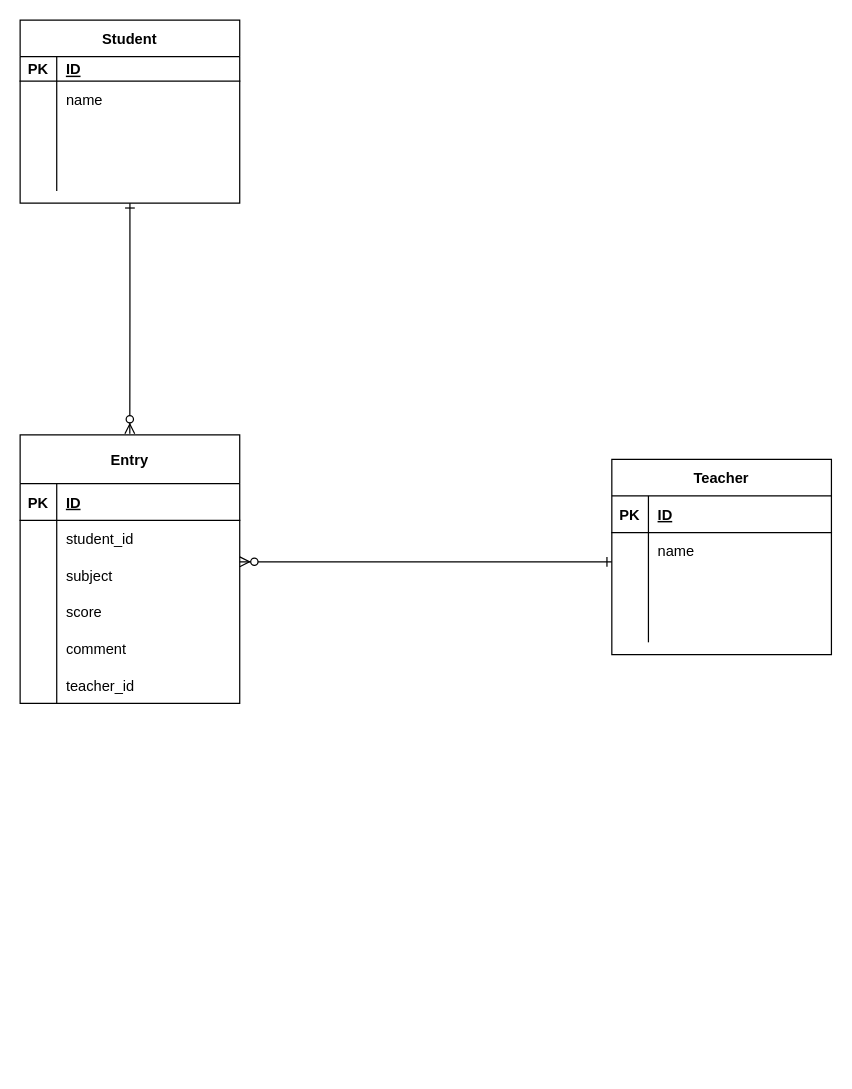
Earlier version of the draw.io diagram 20211010ueyama.drawio (koki800/coachtech10). Source tidied: cells renumbered, new cells numbered last; positions are measured from the earlier drawing's top-left corner, leaving out a move shared by most shapes. Both pictures are drawn from the tidied source at 122%, with x=0, y=0 at pixel (20, 20).
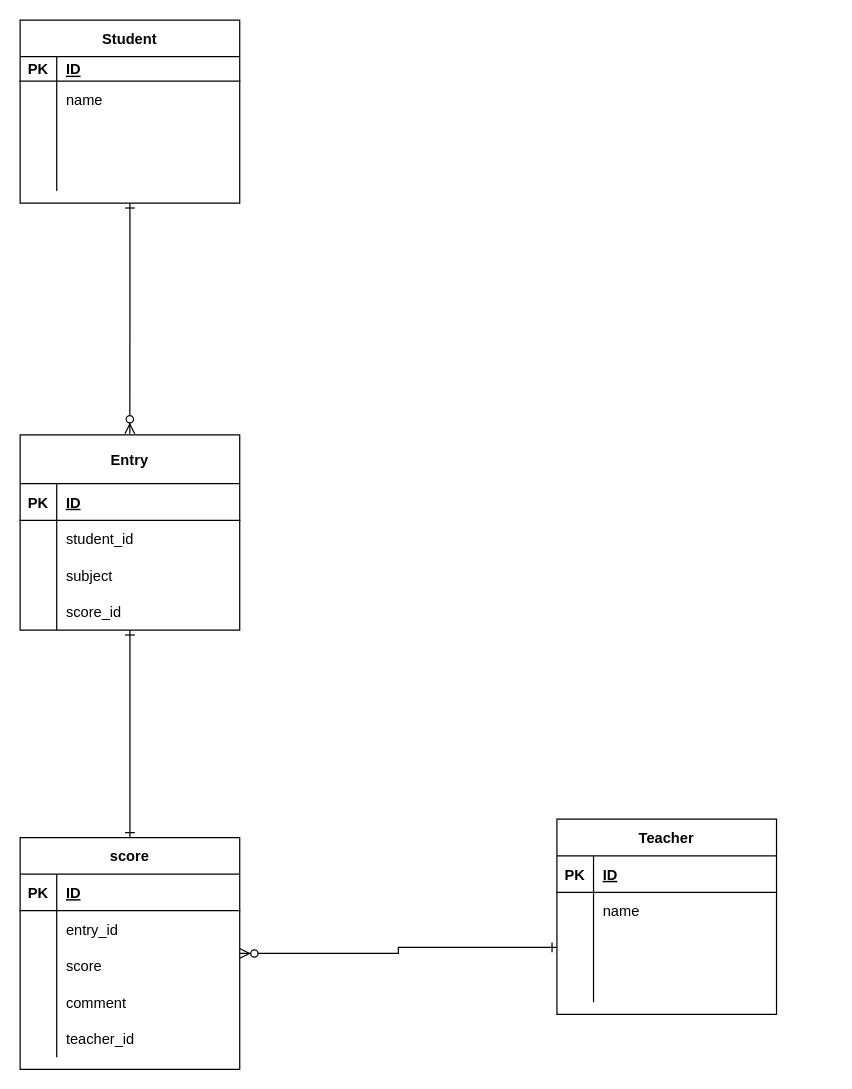
Above is the later version.

The change refers to these unchanged cells:
```xml
<mxCell id="21" style="shape=partialRectangle;fillColor=none;top=0;left=0;bottom=0;right=0;points=[[0,0.5],[1,0.5]];portConstraint=eastwest;" parent="17" vertex="1">
  <mxGeometry y="60" width="180" height="30" as="geometry" />
</mxCell>
<mxCell id="24" style="shape=partialRectangle;fillColor=none;top=0;left=0;bottom=0;right=0;points=[[0,0.5],[1,0.5]];portConstraint=eastwest;" parent="17" vertex="1">
  <mxGeometry y="90" width="180" height="30" as="geometry" />
</mxCell>
<mxCell id="38" style="shape=partialRectangle;fillColor=none;top=0;left=0;bottom=0;right=0;points=[[0,0.5],[1,0.5]];portConstraint=eastwest;" parent="31" vertex="1">
  <mxGeometry y="100" width="180" height="30" as="geometry" />
</mxCell>
<mxCell id="41" style="shape=partialRectangle;fillColor=none;top=0;left=0;bottom=0;right=0;" parent="31" vertex="1">
  <mxGeometry y="130" width="180" height="30" as="geometry" />
</mxCell>
```

Diff of the diagram source:
```diff
@@
     <mxCell id="17" value="Teacher" style="shape=table;startSize=30;childLayout=tableLayout;rowLines=0;fontStyle=1;align=center;" parent="1" vertex="1">
-      <mxGeometry x="485" y="360" width="180" height="160" as="geometry" />
+      <mxGeometry x="440" y="655" width="180" height="160" as="geometry" />
     </mxCell>
@@
-    <mxCell id="30" style="edgeStyle=orthogonalEdgeStyle;rounded=0;jettySize=auto;html=1;startArrow=ERzeroToMany;startFill=1;endArrow=ERone;endFill=0;targetPerimeterSpacing=0;entryX=0;entryY=0.8;entryDx=0;entryDy=0;entryPerimeter=0;exitX=1;exitY=0.133;exitDx=0;exitDy=0;exitPerimeter=0;" parent="1" edge="1" source="38" target="21">
-      <mxGeometry relative="1" as="geometry" />
-    </mxCell>
+    <mxCell id="51" style="edgeStyle=orthogonalEdgeStyle;rounded=0;jettySize=auto;html=1;entryX=0.5;entryY=0;entryDx=0;entryDy=0;startArrow=ERone;startFill=0;endArrow=ERone;endFill=0;" parent="1" edge="1" source="31" target="53">
+      <mxGeometry relative="1" as="geometry" />
+    </mxCell>
     <mxCell id="31" value="Entry" style="shape=table;startSize=40;childLayout=tableLayout;rowLines=0;fontStyle=1;align=center;" parent="1" vertex="1">
-      <mxGeometry y="340" width="180" height="220" as="geometry" />
+      <mxGeometry y="340" width="180" height="160" as="geometry" />
     </mxCell>
@@
-    <mxCell id="43" value="score" style="shape=partialRectangle;fillColor=none;top=0;left=0;bottom=0;right=0;align=left;spacingLeft=6;overflow=hidden;" parent="41" vertex="1">
+    <mxCell id="43" value="score_id" style="shape=partialRectangle;fillColor=none;top=0;left=0;bottom=0;right=0;align=left;spacingLeft=6;overflow=hidden;" parent="41" vertex="1">
       <mxGeometry x="30" width="150" height="30" as="geometry" />
     </mxCell>
-    <mxCell id="44" style="shape=partialRectangle;fillColor=none;top=0;left=0;bottom=0;right=0;" parent="31" vertex="1">
-      <mxGeometry y="160" width="180" height="30" as="geometry" />
-    </mxCell>
-    <mxCell id="45" style="shape=partialRectangle;fillColor=none;top=0;left=0;bottom=0;right=0;overflow=hidden;" parent="44" vertex="1">
-      <mxGeometry width="30" height="30" as="geometry" />
-    </mxCell>
+    <mxCell id="50" style="shape=partialRectangle;fillColor=none;top=0;left=0;bottom=0;right=0;align=left;spacingLeft=6;overflow=hidden;" parent="1" vertex="1">
+      <mxGeometry x="250" y="260" width="150" height="30" as="geometry" />
+    </mxCell>
+    <mxCell id="52" style="edgeStyle=orthogonalEdgeStyle;rounded=0;jettySize=auto;html=1;entryX=0;entryY=0.5;entryDx=0;entryDy=0;startArrow=ERzeroToMany;startFill=1;endArrow=ERone;endFill=0;" parent="1" edge="1" source="53" target="24">
+      <mxGeometry relative="1" as="geometry" />
+    </mxCell>
+    <mxCell id="53" value="score" style="shape=table;startSize=30;childLayout=tableLayout;rowLines=0;fontStyle=1;align=center;" parent="1" vertex="1">
+      <mxGeometry y="670" width="180" height="190" as="geometry" />
+    </mxCell>
+    <mxCell id="54" style="shape=partialRectangle;fillColor=none;top=0;left=0;bottom=1;right=0;" parent="53" vertex="1">
+      <mxGeometry y="30" width="180" height="30" as="geometry" />
+    </mxCell>
+    <mxCell id="55" value="PK" style="shape=partialRectangle;fillColor=none;top=0;left=0;bottom=0;right=0;fontStyle=1;overflow=hidden;" parent="54" vertex="1">
+      <mxGeometry width="30" height="30" as="geometry" />
+    </mxCell>
+    <mxCell id="56" value="ID" style="shape=partialRectangle;fillColor=none;top=0;left=0;bottom=0;right=0;align=left;spacingLeft=6;fontStyle=5;overflow=hidden;" parent="54" vertex="1">
+      <mxGeometry x="30" width="150" height="30" as="geometry" />
+    </mxCell>
+    <mxCell id="57" style="shape=partialRectangle;fillColor=none;top=0;left=0;bottom=0;right=0;" parent="53" vertex="1">
+      <mxGeometry y="60" width="180" height="30" as="geometry" />
+    </mxCell>
+    <mxCell id="58" style="shape=partialRectangle;fillColor=none;top=0;left=0;bottom=0;right=0;overflow=hidden;" parent="57" vertex="1">
+      <mxGeometry width="30" height="30" as="geometry" />
+    </mxCell>
+    <mxCell id="59" value="entry_id" style="shape=partialRectangle;fillColor=none;top=0;left=0;bottom=0;right=0;align=left;spacingLeft=6;overflow=hidden;" parent="57" vertex="1">
+      <mxGeometry x="30" width="150" height="30" as="geometry" />
+    </mxCell>
+    <mxCell id="60" style="shape=partialRectangle;fillColor=none;top=0;left=0;bottom=0;right=0;" parent="53" vertex="1">
+      <mxGeometry y="90" width="180" height="30" as="geometry" />
+    </mxCell>
+    <mxCell id="61" style="shape=partialRectangle;fillColor=none;top=0;left=0;bottom=0;right=0;overflow=hidden;" parent="60" vertex="1">
+      <mxGeometry width="30" height="30" as="geometry" />
+    </mxCell>
+    <mxCell id="62" value="score" style="shape=partialRectangle;fillColor=none;top=0;left=0;bottom=0;right=0;align=left;spacingLeft=6;overflow=hidden;" parent="60" vertex="1">
+      <mxGeometry x="30" width="150" height="30" as="geometry" />
+    </mxCell>
+    <mxCell id="63" style="shape=partialRectangle;fillColor=none;top=0;left=0;bottom=0;right=0;" parent="53" vertex="1">
+      <mxGeometry y="120" width="180" height="30" as="geometry" />
+    </mxCell>
+    <mxCell id="64" style="shape=partialRectangle;fillColor=none;top=0;left=0;bottom=0;right=0;overflow=hidden;" parent="63" vertex="1">
+      <mxGeometry width="30" height="30" as="geometry" />
+    </mxCell>
-    <mxCell id="46" value="comment" style="shape=partialRectangle;fillColor=none;top=0;left=0;bottom=0;right=0;align=left;spacingLeft=6;overflow=hidden;" parent="44" vertex="1">
+    <mxCell id="46" value="comment" style="shape=partialRectangle;fillColor=none;top=0;left=0;bottom=0;right=0;align=left;spacingLeft=6;overflow=hidden;" parent="63" vertex="1">
       <mxGeometry x="30" width="150" height="30" as="geometry" />
     </mxCell>
-    <mxCell id="47" style="shape=partialRectangle;fillColor=none;top=0;left=0;bottom=0;right=0;" parent="31" vertex="1">
-      <mxGeometry y="190" width="180" height="30" as="geometry" />
-    </mxCell>
-    <mxCell id="48" style="shape=partialRectangle;fillColor=none;top=0;left=0;bottom=0;right=0;overflow=hidden;" parent="47" vertex="1">
-      <mxGeometry width="30" height="30" as="geometry" />
-    </mxCell>
+    <mxCell id="65" style="shape=partialRectangle;fillColor=none;top=0;left=0;bottom=0;right=0;" parent="53" vertex="1">
+      <mxGeometry y="150" width="180" height="30" as="geometry" />
+    </mxCell>
+    <mxCell id="66" style="shape=partialRectangle;fillColor=none;top=0;left=0;bottom=0;right=0;overflow=hidden;" parent="65" vertex="1">
+      <mxGeometry width="30" height="30" as="geometry" />
+    </mxCell>
-    <mxCell id="49" value="teacher_id" style="shape=partialRectangle;fillColor=none;top=0;left=0;bottom=0;right=0;align=left;spacingLeft=6;overflow=hidden;" parent="47" vertex="1">
+    <mxCell id="49" value="teacher_id" style="shape=partialRectangle;fillColor=none;top=0;left=0;bottom=0;right=0;align=left;spacingLeft=6;overflow=hidden;" parent="65" vertex="1">
       <mxGeometry x="30" width="150" height="30" as="geometry" />
     </mxCell>
-    <mxCell id="50" style="shape=partialRectangle;fillColor=none;top=0;left=0;bottom=0;right=0;align=left;spacingLeft=6;overflow=hidden;" parent="1" vertex="1">
-      <mxGeometry x="250" y="260" width="150" height="30" as="geometry" />
-    </mxCell>
```
